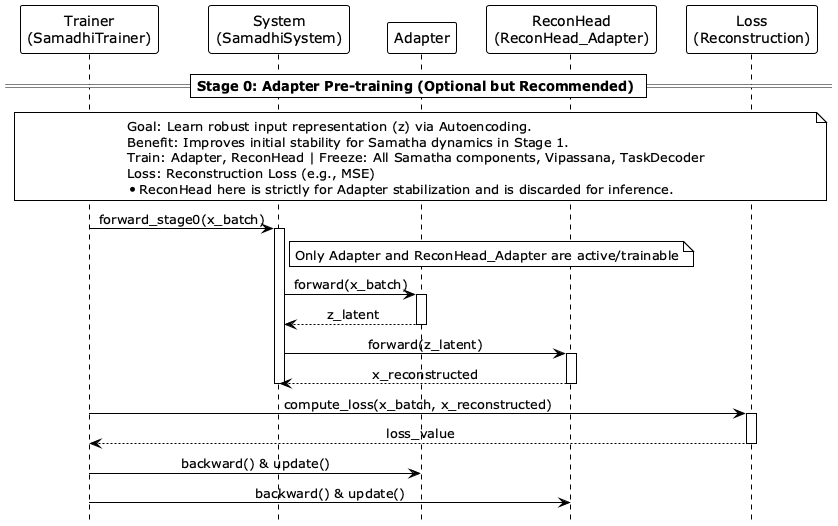
tamatebox/satipatthana-framework keeps this PlantUML diagram as docs/diagrams/images/v4_sequence_diagram_training_stage0.png. Above is the earlier version.
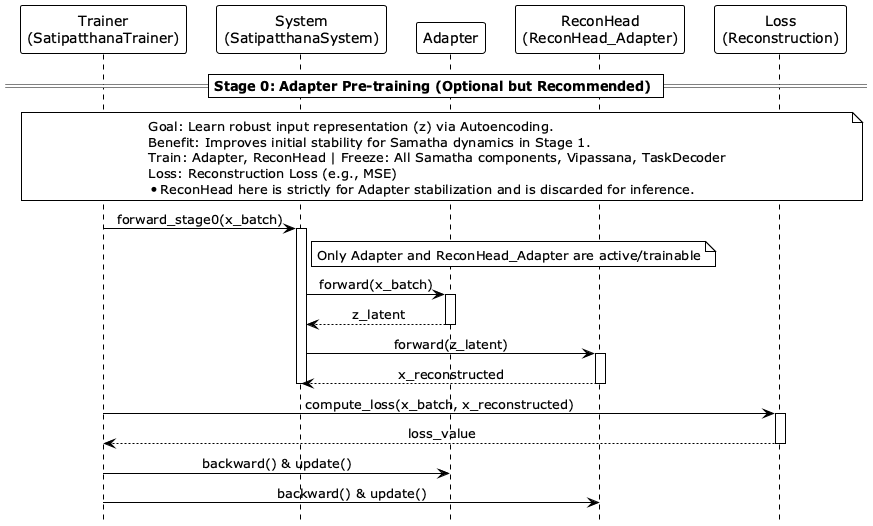
After the change.

Change to the diagram source:
```diff
@@ -3,8 +3,8 @@
 hide footbox
 skinparam sequenceMessageAlign center
 
-participant "Trainer\n(SamadhiTrainer)" as Trainer
-participant "System\n(SamadhiSystem)" as System
+participant "Trainer\n(SatipatthanaTrainer)" as Trainer
+participant "System\n(SatipatthanaSystem)" as System
 participant "Adapter" as Adapter
 participant "ReconHead\n(ReconHead_Adapter)" as ReconHead
 participant "Loss\n(Reconstruction)" as Loss
```
